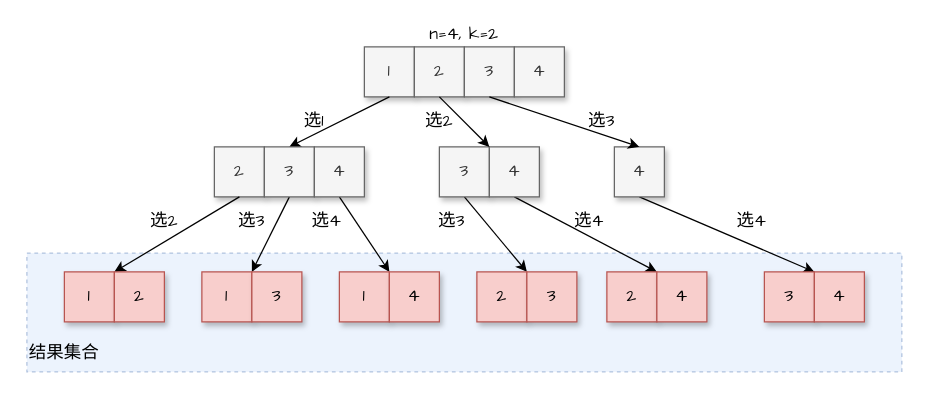
This is draw.io/组合.drawio from goldknife6/algorithm, a draw.io file, before an edit. Source tidied: cells renumbered, new cells numbered last; positions are measured from the earlier drawing's top-left corner, leaving out a move shared by most shapes. Both pictures are drawn from the tidied source at 125%, with x=0, y=0 at pixel (26, 21).
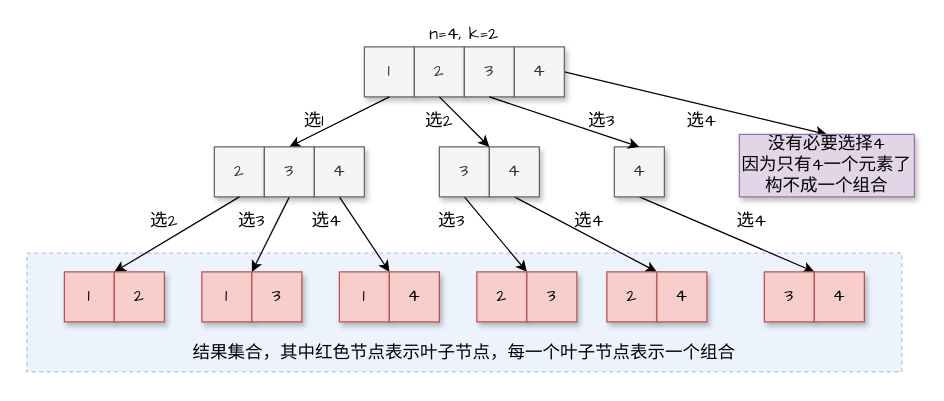
The same diagram, later.

Unchanged cells that the change refers to:
```xml
<mxCell id="6" value="&lt;font style=&quot;font-size: 14px&quot; face=&quot;Comic Sans MS&quot;&gt;4&lt;/font&gt;" style="rounded=0;whiteSpace=wrap;html=1;fillColor=#f5f5f5;fontColor=#333333;strokeColor=#666666;shadow=1;" parent="1" vertex="1">
  <mxGeometry x="390" y="20" width="40" height="40" as="geometry" />
</mxCell>
```

Change to the diagram source:
```diff
@@
+    <mxCell id="45" style="rounded=0;jettySize=auto;elbow=vertical;html=1;exitX=1;exitY=0.5;exitDx=0;exitDy=0;entryX=0.5;entryY=0;entryDx=0;entryDy=0;fontFamily=Comic Sans MS;fontSize=14;" parent="1" edge="1" source="6" target="46">
+      <mxGeometry relative="1" as="geometry" />
+    </mxCell>
@@
-    <mxCell id="43" value="结果集合" style="text;html=1;strokeColor=none;fillColor=none;align=center;verticalAlign=middle;whiteSpace=wrap;rounded=0;shadow=1;fontFamily=Comic Sans MS;fontSize=14;opacity=50;" parent="1" vertex="1">
-      <mxGeometry y="250" width="60" height="30" as="geometry" />
+    <mxCell id="43" value="结果集合，其中红色节点表示叶子节点，每一个叶子节点表示一个组合" style="text;html=1;strokeColor=none;fillColor=none;align=center;verticalAlign=middle;whiteSpace=wrap;rounded=0;shadow=1;fontFamily=Comic Sans MS;fontSize=14;opacity=50;" parent="1" vertex="1">
+      <mxGeometry y="250" width="700" height="30" as="geometry" />
     </mxCell>
@@
+    <mxCell id="46" value="&lt;font face=&quot;Comic Sans MS&quot;&gt;&lt;span style=&quot;font-size: 14px&quot;&gt;没有必要选择4&lt;br&gt;因为只有4一个元素了&lt;br&gt;构不成一个组合&lt;br&gt;&lt;/span&gt;&lt;/font&gt;" style="rounded=0;whiteSpace=wrap;html=1;fillColor=#e1d5e7;strokeColor=#9673a6;shadow=1;" parent="1" vertex="1">
+      <mxGeometry x="570" y="90" width="140" height="50" as="geometry" />
+    </mxCell>
+    <mxCell id="47" value="选4" style="text;html=1;strokeColor=none;fillColor=none;align=center;verticalAlign=middle;whiteSpace=wrap;rounded=0;shadow=1;fontFamily=Comic Sans MS;fontSize=14;" parent="1" vertex="1">
+      <mxGeometry x="520" y="70" width="40" height="20" as="geometry" />
+    </mxCell>
```
